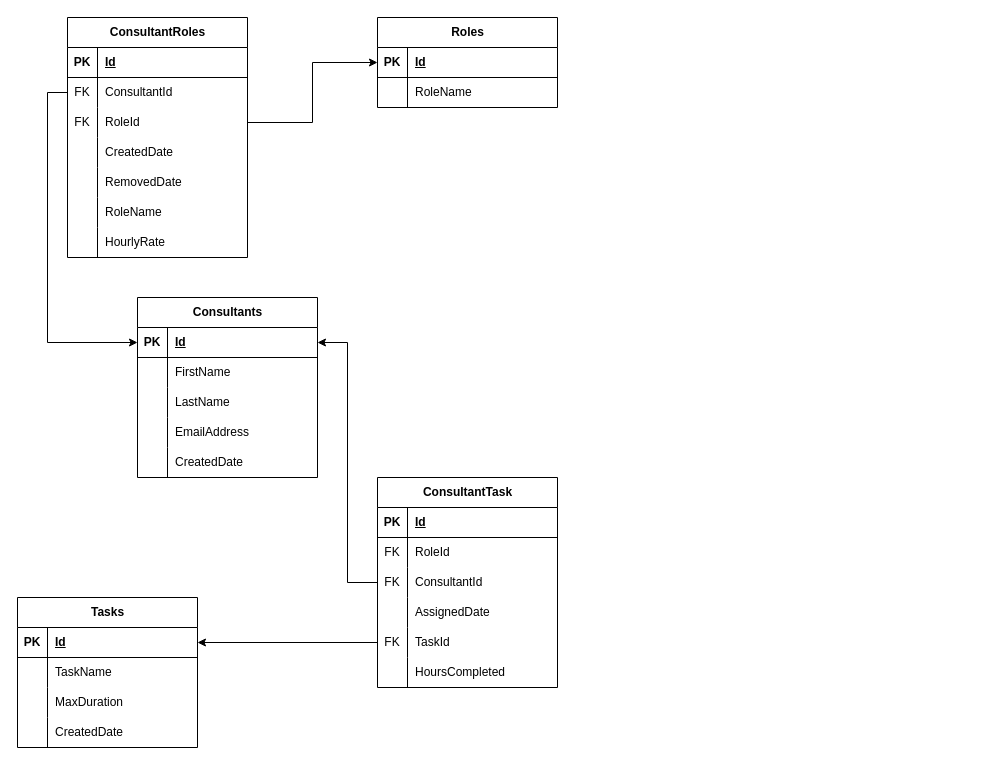
This is src/employee-management/Documentation/Database Schema.drawio from ovayomatiwane/employee-management-system, a draw.io file, before an edit. Source tidied: cells renumbered, new cells numbered last; positions are measured from the earlier drawing's top-left corner, leaving out a move shared by most shapes. Both pictures are drawn from the tidied source at 100%, with x=0, y=0 at pixel (17, 17).
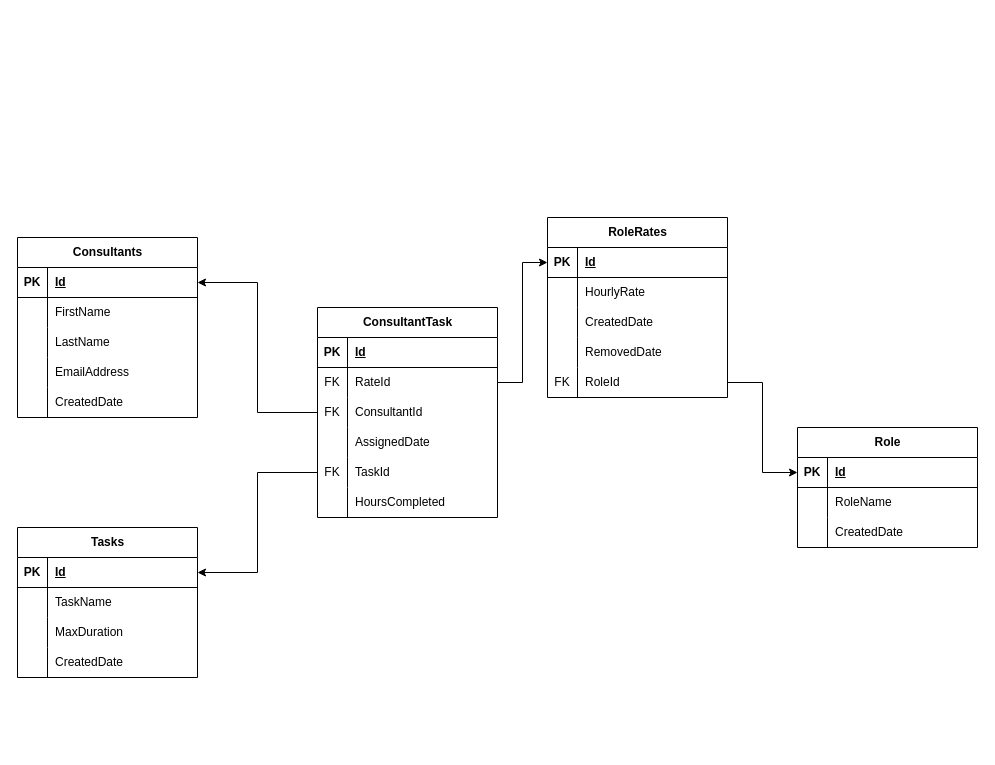
Above is the later version.

Unchanged cells that the change refers to:
```xml
<mxCell id="3" style="shape=tableRow;horizontal=0;startSize=0;swimlaneHead=0;swimlaneBody=0;fillColor=none;points=[[0,0.5],[1,0.5]];portConstraint=eastwest;top=0;left=0;right=0;bottom=1;" parent="2" vertex="1">
  <mxGeometry y="30" width="180" height="30" as="geometry" />
</mxCell>
<mxCell id="19" style="shape=tableRow;horizontal=0;startSize=0;swimlaneHead=0;swimlaneBody=0;fillColor=none;points=[[0,0.5],[1,0.5]];portConstraint=eastwest;top=0;left=0;right=0;bottom=1;" parent="18" vertex="1">
  <mxGeometry y="30" width="180" height="30" as="geometry" />
</mxCell>
<mxCell id="29" style="shape=tableRow;horizontal=0;startSize=0;swimlaneHead=0;swimlaneBody=0;fillColor=none;points=[[0,0.5],[1,0.5]];portConstraint=eastwest;top=0;left=0;right=0;bottom=0;" parent="25" vertex="1">
  <mxGeometry y="60" width="180" height="30" as="geometry" />
</mxCell>
```

Diff of the diagram source:
```diff
@@
     <mxCell id="2" value="Consultants" style="shape=table;startSize=30;childLayout=tableLayout;rowLines=0;fontStyle=1;align=center;html=1;" parent="1" vertex="1">
-      <mxGeometry x="120" y="280" width="180" height="180" as="geometry" />
+      <mxGeometry y="220" width="180" height="180" as="geometry" />
     </mxCell>
@@
-    <mxCell id="18" value="Roles" style="shape=table;startSize=30;childLayout=tableLayout;rowLines=0;fontStyle=1;align=center;html=1;" parent="1" vertex="1">
-      <mxGeometry x="360" width="180" height="90" as="geometry" />
+    <mxCell id="18" value="RoleRates" style="shape=table;startSize=30;childLayout=tableLayout;rowLines=0;fontStyle=1;align=center;html=1;" parent="1" vertex="1">
+      <mxGeometry x="530" y="200" width="180" height="180" as="geometry" />
     </mxCell>
@@
-    <mxCell id="22" style="shape=tableRow;horizontal=0;startSize=0;swimlaneHead=0;swimlaneBody=0;fillColor=none;top=0;left=0;right=0;bottom=0;" parent="18" vertex="1">
-      <mxGeometry y="60" width="180" height="30" as="geometry" />
-    </mxCell>
-    <mxCell id="23" style="shape=partialRectangle;fillColor=none;top=0;left=0;bottom=0;right=0;overflow=hidden;whiteSpace=wrap;html=1;" parent="22" vertex="1">
-      <mxGeometry width="30" height="30" as="geometry" />
-    </mxCell>
-    <mxCell id="24" value="RoleName" style="shape=partialRectangle;fillColor=none;top=0;left=0;bottom=0;right=0;align=left;spacingLeft=6;overflow=hidden;whiteSpace=wrap;html=1;" parent="22" vertex="1">
-      <mxGeometry x="30" width="150" height="30" as="geometry" />
-    </mxCell>
+    <mxCell id="83" style="shape=tableRow;horizontal=0;startSize=0;swimlaneHead=0;swimlaneBody=0;fillColor=none;top=0;left=0;right=0;bottom=0;" parent="18" vertex="1">
+      <mxGeometry y="60" width="180" height="30" as="geometry" />
+    </mxCell>
+    <mxCell id="84" style="shape=partialRectangle;fillColor=none;top=0;left=0;bottom=0;right=0;overflow=hidden;whiteSpace=wrap;html=1;" parent="83" vertex="1">
+      <mxGeometry width="30" height="30" as="geometry" />
+    </mxCell>
+    <mxCell id="80" value="HourlyRate" style="shape=partialRectangle;fillColor=none;top=0;left=0;bottom=0;right=0;align=left;spacingLeft=6;overflow=hidden;whiteSpace=wrap;html=1;" parent="83" vertex="1">
+      <mxGeometry x="30" width="150" height="30" as="geometry" />
+    </mxCell>
+    <mxCell id="85" style="shape=tableRow;horizontal=0;startSize=0;swimlaneHead=0;swimlaneBody=0;fillColor=none;top=0;left=0;right=0;bottom=0;" parent="18" vertex="1">
+      <mxGeometry y="90" width="180" height="30" as="geometry" />
+    </mxCell>
+    <mxCell id="86" style="shape=partialRectangle;fillColor=none;top=0;left=0;bottom=0;right=0;overflow=hidden;whiteSpace=wrap;html=1;" parent="85" vertex="1">
+      <mxGeometry width="30" height="30" as="geometry" />
+    </mxCell>
+    <mxCell id="87" value="CreatedDate" style="shape=partialRectangle;fillColor=none;top=0;left=0;bottom=0;right=0;align=left;spacingLeft=6;overflow=hidden;whiteSpace=wrap;html=1;" parent="85" vertex="1">
+      <mxGeometry x="30" width="150" height="30" as="geometry" />
+    </mxCell>
+    <mxCell id="69" style="shape=tableRow;horizontal=0;startSize=0;swimlaneHead=0;swimlaneBody=0;fillColor=none;top=0;left=0;right=0;bottom=0;" parent="18" vertex="1">
+      <mxGeometry y="120" width="180" height="30" as="geometry" />
+    </mxCell>
+    <mxCell id="88" style="shape=partialRectangle;fillColor=none;top=0;left=0;bottom=0;right=0;overflow=hidden;whiteSpace=wrap;html=1;" parent="69" vertex="1">
+      <mxGeometry width="30" height="30" as="geometry" />
+    </mxCell>
+    <mxCell id="74" value="RemovedDate" style="shape=partialRectangle;fillColor=none;top=0;left=0;bottom=0;right=0;align=left;spacingLeft=6;overflow=hidden;whiteSpace=wrap;html=1;" parent="69" vertex="1">
+      <mxGeometry x="30" width="150" height="30" as="geometry" />
+    </mxCell>
+    <mxCell id="72" style="shape=tableRow;horizontal=0;startSize=0;swimlaneHead=0;swimlaneBody=0;fillColor=none;points=[[0,0.5],[1,0.5]];portConstraint=eastwest;top=0;left=0;right=0;bottom=0;" parent="18" vertex="1">
+      <mxGeometry y="150" width="180" height="30" as="geometry" />
+    </mxCell>
+    <mxCell id="89" value="FK" style="shape=partialRectangle;fillColor=none;top=0;left=0;bottom=0;right=0;overflow=hidden;whiteSpace=wrap;html=1;" parent="72" vertex="1">
+      <mxGeometry width="30" height="30" as="geometry" />
+    </mxCell>
+    <mxCell id="68" value="RoleId" style="shape=partialRectangle;fillColor=none;top=0;left=0;bottom=0;right=0;align=left;spacingLeft=6;overflow=hidden;whiteSpace=wrap;html=1;" parent="72" vertex="1">
+      <mxGeometry x="30" width="150" height="30" as="geometry" />
+    </mxCell>
     <mxCell id="25" value="Consultant&lt;span style=&quot;background-color: transparent; color: light-dark(rgb(0, 0, 0), rgb(255, 255, 255));&quot;&gt;Task&lt;/span&gt;" style="shape=table;startSize=30;childLayout=tableLayout;rowLines=0;fontStyle=1;align=center;html=1;" parent="1" vertex="1">
-      <mxGeometry x="360" y="460" width="180" height="210" as="geometry" />
+      <mxGeometry x="300" y="290" width="180" height="210" as="geometry" />
     </mxCell>
@@
-    <mxCell id="31" value="RoleId" style="shape=partialRectangle;fillColor=none;top=0;left=0;bottom=0;right=0;align=left;spacingLeft=6;overflow=hidden;whiteSpace=wrap;html=1;" parent="29" vertex="1">
+    <mxCell id="31" value="RateId" style="shape=partialRectangle;fillColor=none;top=0;left=0;bottom=0;right=0;align=left;spacingLeft=6;overflow=hidden;whiteSpace=wrap;html=1;" parent="29" vertex="1">
       <mxGeometry x="30" width="150" height="30" as="geometry" />
     </mxCell>
@@
+    <mxCell id="90" style="edgeStyle=orthogonalEdgeStyle;rounded=0;jettySize=auto;html=1;exitX=1;exitY=0.5;exitDx=0;exitDy=0;entryX=0;entryY=0.5;entryDx=0;entryDy=0;" parent="1" edge="1" source="29" target="19">
+      <mxGeometry relative="1" as="geometry">
+        <Array as="points">
+          <mxPoint x="505" y="365" />
+          <mxPoint x="505" y="245" />
+        </Array>
+      </mxGeometry>
+    </mxCell>
     <mxCell id="45" value="Tasks" style="shape=table;startSize=30;childLayout=tableLayout;rowLines=0;fontStyle=1;align=center;html=1;" parent="1" vertex="1">
-      <mxGeometry y="580" width="180" height="150" as="geometry" />
+      <mxGeometry y="510" width="180" height="150" as="geometry" />
     </mxCell>
@@
-    <mxCell id="59" value="ConsultantRoles" style="shape=table;startSize=30;childLayout=tableLayout;rowLines=0;fontStyle=1;align=center;html=1;" parent="1" vertex="1">
-      <mxGeometry x="50" width="180" height="240" as="geometry" />
-    </mxCell>
+    <mxCell id="91" value="Role" style="shape=table;startSize=30;childLayout=tableLayout;rowLines=0;fontStyle=1;align=center;html=1;" parent="1" vertex="1">
+      <mxGeometry x="780" y="410" width="180" height="120" as="geometry" />
+    </mxCell>
-    <mxCell id="60" style="shape=tableRow;horizontal=0;startSize=0;swimlaneHead=0;swimlaneBody=0;fillColor=none;points=[[0,0.5],[1,0.5]];portConstraint=eastwest;top=0;left=0;right=0;bottom=1;" parent="59" vertex="1">
+    <mxCell id="60" style="shape=tableRow;horizontal=0;startSize=0;swimlaneHead=0;swimlaneBody=0;fillColor=none;points=[[0,0.5],[1,0.5]];portConstraint=eastwest;top=0;left=0;right=0;bottom=1;" parent="91" vertex="1">
       <mxGeometry y="30" width="180" height="30" as="geometry" />
     </mxCell>
@@
-    <mxCell id="63" style="shape=tableRow;horizontal=0;startSize=0;swimlaneHead=0;swimlaneBody=0;fillColor=none;points=[[0,0.5],[1,0.5]];portConstraint=eastwest;top=0;left=0;right=0;bottom=0;" parent="59" vertex="1">
-      <mxGeometry y="60" width="180" height="30" as="geometry" />
-    </mxCell>
-    <mxCell id="64" value="FK" style="shape=partialRectangle;fillColor=none;top=0;left=0;bottom=0;right=0;overflow=hidden;whiteSpace=wrap;html=1;" parent="63" vertex="1">
-      <mxGeometry width="30" height="30" as="geometry" />
-    </mxCell>
-    <mxCell id="65" value="ConsultantId" style="shape=partialRectangle;fillColor=none;top=0;left=0;bottom=0;right=0;align=left;spacingLeft=6;overflow=hidden;whiteSpace=wrap;html=1;" parent="63" vertex="1">
-      <mxGeometry x="30" width="150" height="30" as="geometry" />
-    </mxCell>
-    <mxCell id="66" style="shape=tableRow;horizontal=0;startSize=0;swimlaneHead=0;swimlaneBody=0;fillColor=none;points=[[0,0.5],[1,0.5]];portConstraint=eastwest;top=0;left=0;right=0;bottom=0;" parent="59" vertex="1">
-      <mxGeometry y="90" width="180" height="30" as="geometry" />
-    </mxCell>
-    <mxCell id="67" value="FK" style="shape=partialRectangle;fillColor=none;top=0;left=0;bottom=0;right=0;overflow=hidden;whiteSpace=wrap;html=1;" parent="66" vertex="1">
-      <mxGeometry width="30" height="30" as="geometry" />
-    </mxCell>
-    <mxCell id="68" value="RoleId" style="shape=partialRectangle;fillColor=none;top=0;left=0;bottom=0;right=0;align=left;spacingLeft=6;overflow=hidden;whiteSpace=wrap;html=1;" parent="66" vertex="1">
-      <mxGeometry x="30" width="150" height="30" as="geometry" />
-    </mxCell>
-    <mxCell id="69" style="shape=tableRow;horizontal=0;startSize=0;swimlaneHead=0;swimlaneBody=0;fillColor=none;top=0;left=0;right=0;bottom=0;" parent="59" vertex="1">
-      <mxGeometry y="120" width="180" height="30" as="geometry" />
-    </mxCell>
-    <mxCell id="70" style="shape=partialRectangle;fillColor=none;top=0;left=0;bottom=0;right=0;overflow=hidden;whiteSpace=wrap;html=1;" parent="69" vertex="1">
-      <mxGeometry width="30" height="30" as="geometry" />
-    </mxCell>
-    <mxCell id="71" value="CreatedDate" style="shape=partialRectangle;fillColor=none;top=0;left=0;bottom=0;right=0;align=left;spacingLeft=6;overflow=hidden;whiteSpace=wrap;html=1;" parent="69" vertex="1">
-      <mxGeometry x="30" width="150" height="30" as="geometry" />
-    </mxCell>
-    <mxCell id="72" style="shape=tableRow;horizontal=0;startSize=0;swimlaneHead=0;swimlaneBody=0;fillColor=none;points=[[0,0.5],[1,0.5]];portConstraint=eastwest;top=0;left=0;right=0;bottom=0;" parent="59" vertex="1">
-      <mxGeometry y="150" width="180" height="30" as="geometry" />
-    </mxCell>
-    <mxCell id="73" style="shape=partialRectangle;fillColor=none;top=0;left=0;bottom=0;right=0;overflow=hidden;whiteSpace=wrap;html=1;" parent="72" vertex="1">
-      <mxGeometry width="30" height="30" as="geometry" />
-    </mxCell>
-    <mxCell id="74" value="RemovedDate" style="shape=partialRectangle;fillColor=none;top=0;left=0;bottom=0;right=0;align=left;spacingLeft=6;overflow=hidden;whiteSpace=wrap;html=1;" parent="72" vertex="1">
-      <mxGeometry x="30" width="150" height="30" as="geometry" />
-    </mxCell>
-    <mxCell id="75" style="shape=tableRow;horizontal=0;startSize=0;swimlaneHead=0;swimlaneBody=0;fillColor=none;top=0;left=0;right=0;bottom=0;" parent="59" vertex="1">
-      <mxGeometry y="180" width="180" height="30" as="geometry" />
-    </mxCell>
-    <mxCell id="76" style="shape=partialRectangle;fillColor=none;top=0;left=0;bottom=0;right=0;overflow=hidden;whiteSpace=wrap;html=1;" parent="75" vertex="1">
-      <mxGeometry width="30" height="30" as="geometry" />
-    </mxCell>
-    <mxCell id="77" value="RoleName" style="shape=partialRectangle;fillColor=none;top=0;left=0;bottom=0;right=0;align=left;spacingLeft=6;overflow=hidden;whiteSpace=wrap;html=1;" parent="75" vertex="1">
-      <mxGeometry x="30" width="150" height="30" as="geometry" />
-    </mxCell>
-    <mxCell id="78" style="shape=tableRow;horizontal=0;startSize=0;swimlaneHead=0;swimlaneBody=0;fillColor=none;top=0;left=0;right=0;bottom=0;" parent="59" vertex="1">
-      <mxGeometry y="210" width="180" height="30" as="geometry" />
-    </mxCell>
-    <mxCell id="79" style="shape=partialRectangle;fillColor=none;top=0;left=0;bottom=0;right=0;overflow=hidden;whiteSpace=wrap;html=1;" parent="78" vertex="1">
-      <mxGeometry width="30" height="30" as="geometry" />
-    </mxCell>
-    <mxCell id="80" value="HourlyRate" style="shape=partialRectangle;fillColor=none;top=0;left=0;bottom=0;right=0;align=left;spacingLeft=6;overflow=hidden;whiteSpace=wrap;html=1;" parent="78" vertex="1">
-      <mxGeometry x="30" width="150" height="30" as="geometry" />
-    </mxCell>
-    <mxCell id="81" style="edgeStyle=orthogonalEdgeStyle;rounded=0;jettySize=auto;html=1;exitX=0;exitY=0.5;exitDx=0;exitDy=0;entryX=0;entryY=0.5;entryDx=0;entryDy=0;" parent="1" edge="1" source="63" target="3">
-      <mxGeometry relative="1" as="geometry" />
-    </mxCell>
-    <mxCell id="82" style="edgeStyle=orthogonalEdgeStyle;rounded=0;jettySize=auto;html=1;exitX=1;exitY=0.5;exitDx=0;exitDy=0;entryX=0;entryY=0.5;entryDx=0;entryDy=0;" parent="1" edge="1" source="66" target="19">
-      <mxGeometry relative="1" as="geometry" />
-    </mxCell>
+    <mxCell id="92" style="shape=tableRow;horizontal=0;startSize=0;swimlaneHead=0;swimlaneBody=0;fillColor=none;top=0;left=0;right=0;bottom=0;" parent="91" vertex="1">
+      <mxGeometry y="60" width="180" height="30" as="geometry" />
+    </mxCell>
+    <mxCell id="93" style="shape=partialRectangle;fillColor=none;top=0;left=0;bottom=0;right=0;overflow=hidden;whiteSpace=wrap;html=1;" parent="92" vertex="1">
+      <mxGeometry width="30" height="30" as="geometry" />
+    </mxCell>
+    <mxCell id="94" value="RoleName" style="shape=partialRectangle;fillColor=none;top=0;left=0;bottom=0;right=0;align=left;spacingLeft=6;overflow=hidden;whiteSpace=wrap;html=1;" parent="92" vertex="1">
+      <mxGeometry x="30" width="150" height="30" as="geometry" />
+    </mxCell>
+    <mxCell id="95" style="shape=tableRow;horizontal=0;startSize=0;swimlaneHead=0;swimlaneBody=0;fillColor=none;top=0;left=0;right=0;bottom=0;" parent="91" vertex="1">
+      <mxGeometry y="90" width="180" height="30" as="geometry" />
+    </mxCell>
+    <mxCell id="96" style="shape=partialRectangle;fillColor=none;top=0;left=0;bottom=0;right=0;overflow=hidden;whiteSpace=wrap;html=1;" parent="95" vertex="1">
+      <mxGeometry width="30" height="30" as="geometry" />
+    </mxCell>
+    <mxCell id="97" value="CreatedDate" style="shape=partialRectangle;fillColor=none;top=0;left=0;bottom=0;right=0;align=left;spacingLeft=6;overflow=hidden;whiteSpace=wrap;html=1;" parent="95" vertex="1">
+      <mxGeometry x="30" width="150" height="30" as="geometry" />
+    </mxCell>
+    <mxCell id="98" style="edgeStyle=orthogonalEdgeStyle;rounded=0;jettySize=auto;html=1;entryX=0;entryY=0.5;entryDx=0;entryDy=0;exitX=1;exitY=0.5;exitDx=0;exitDy=0;" parent="1" edge="1" source="72" target="60">
+      <mxGeometry relative="1" as="geometry" />
+    </mxCell>
```
